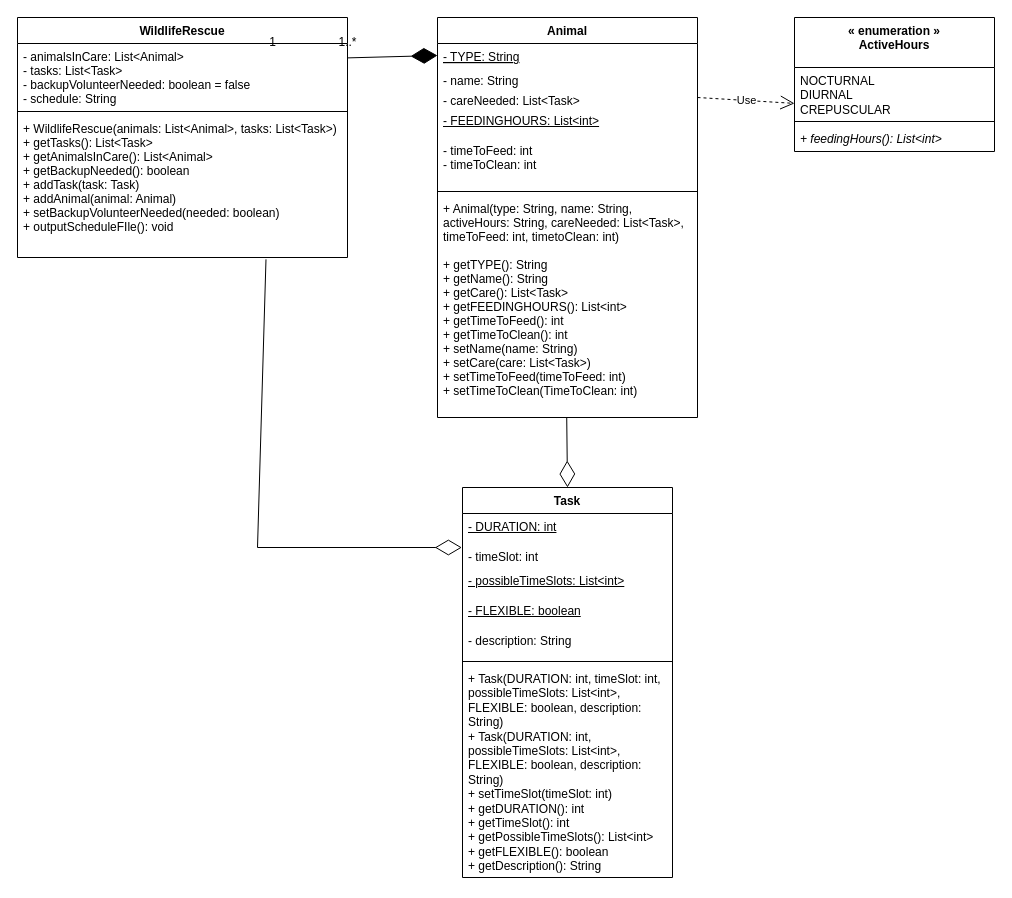
Before: 64.drawio in aryan-karadia/Mock-Schedule-Builder, a draw.io diagram. Source tidied: cells renumbered, new cells numbered last; positions are measured from the earlier drawing's top-left corner, leaving out a move shared by most shapes. Both pictures are drawn from the tidied source at 100%, with x=0, y=0 at pixel (17, 17).
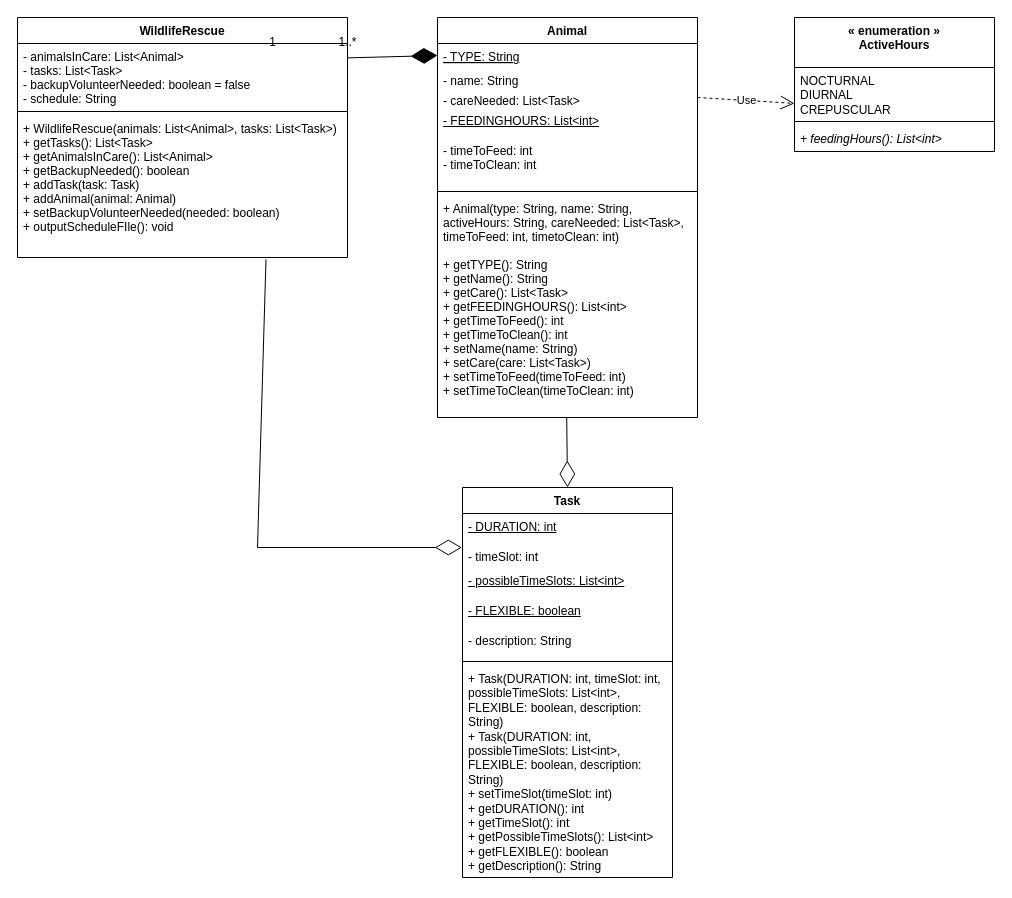
Above is the later version.

The change refers to these unchanged cells:
```xml
<mxCell id="6" value="Animal" style="swimlane;fontStyle=1;align=center;verticalAlign=top;horizontal=1;startSize=26;" parent="1" vertex="1">
  <mxGeometry x="420" width="260" height="400" as="geometry" />
</mxCell>
```

The edit, as a diff of the source:
```diff
@@
-    <mxCell id="13" value="+ Animal(type: String, name: String, &#10;activeHours: String, careNeeded: List&lt;Task&gt;, &#10;timeToFeed: int, timetoClean: int)&#10;&#10;+ getTYPE(): String&#10;+ getName(): String&#10;+ getCare(): List&lt;Task&gt;&#10;+ getFEEDINGHOURS(): List&lt;int&gt;&#10;+ getTimeToFeed(): int&#10;+ getTimeToClean(): int&#10;+ setName(name: String)&#10;+ setCare(care: List&lt;Task&gt;)&#10;+ setTimeToFeed(timeToFeed: int)&#10;+ setTimeToClean(TimeToClean: int)&#10;&#10;" style="text;strokeColor=none;fillColor=none;align=left;verticalAlign=top;spacingLeft=4;spacingRight=4;overflow=hidden;points=[[0,0.5],[1,0.5]];portConstraint=eastwest;" parent="6" vertex="1">
+    <mxCell id="13" value="+ Animal(type: String, name: String, &#10;activeHours: String, careNeeded: List&lt;Task&gt;, &#10;timeToFeed: int, timetoClean: int)&#10;&#10;+ getTYPE(): String&#10;+ getName(): String&#10;+ getCare(): List&lt;Task&gt;&#10;+ getFEEDINGHOURS(): List&lt;int&gt;&#10;+ getTimeToFeed(): int&#10;+ getTimeToClean(): int&#10;+ setName(name: String)&#10;+ setCare(care: List&lt;Task&gt;)&#10;+ setTimeToFeed(timeToFeed: int)&#10;+ setTimeToClean(timeToClean: int)&#10;&#10;" style="text;strokeColor=none;fillColor=none;align=left;verticalAlign=top;spacingLeft=4;spacingRight=4;overflow=hidden;points=[[0,0.5],[1,0.5]];portConstraint=eastwest;" parent="6" vertex="1">
       <mxGeometry y="178" width="260" height="222" as="geometry" />
     </mxCell>
```
